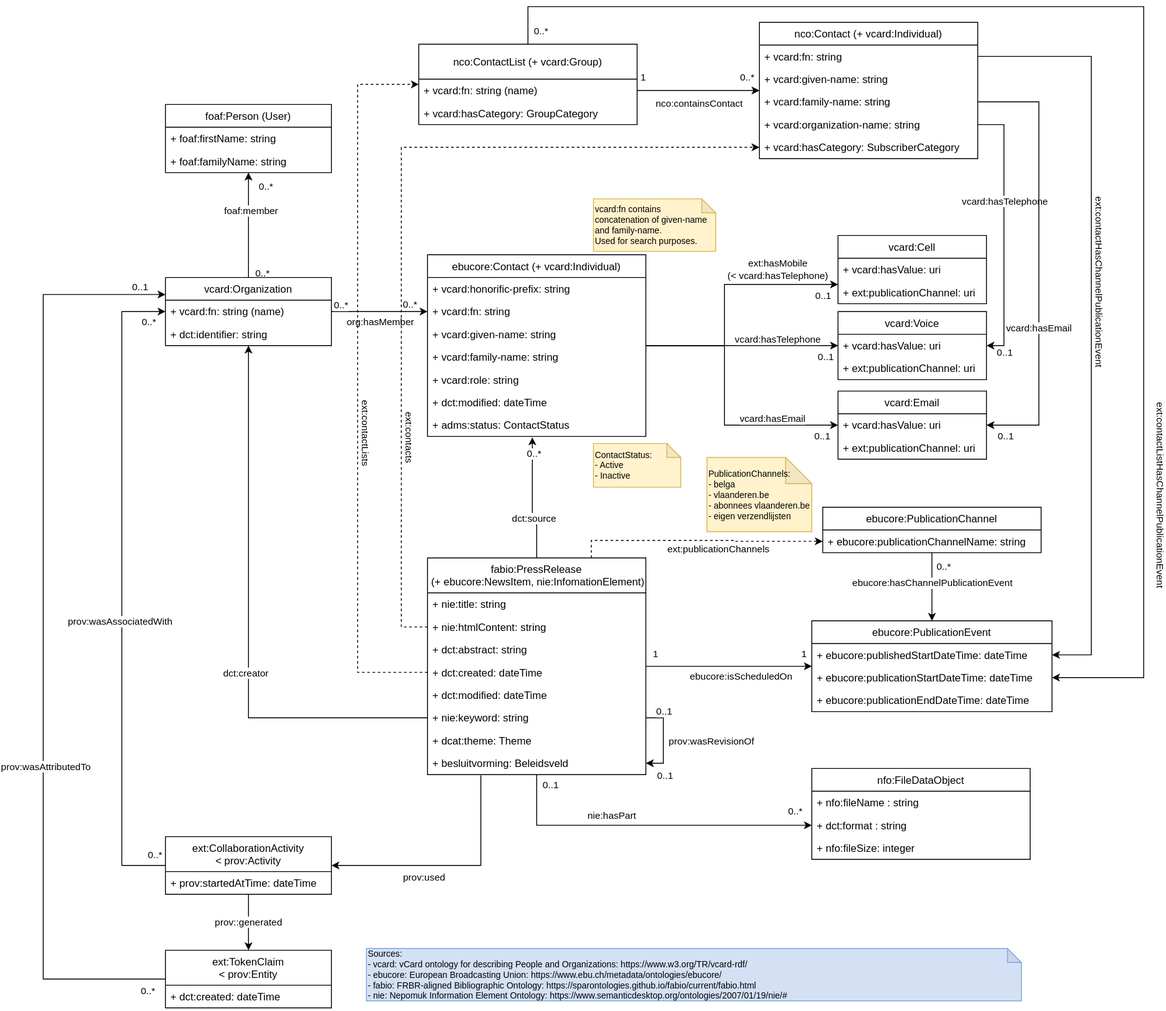
Earlier version of the draw.io export images/press-releases-data-model.svg (kanselarij-vlaanderen/kaleidos-documentation). Source tidied: cells renumbered, new cells last; positions are measured from the earlier drawing's top-left corner, leaving out a move shared by most shapes.
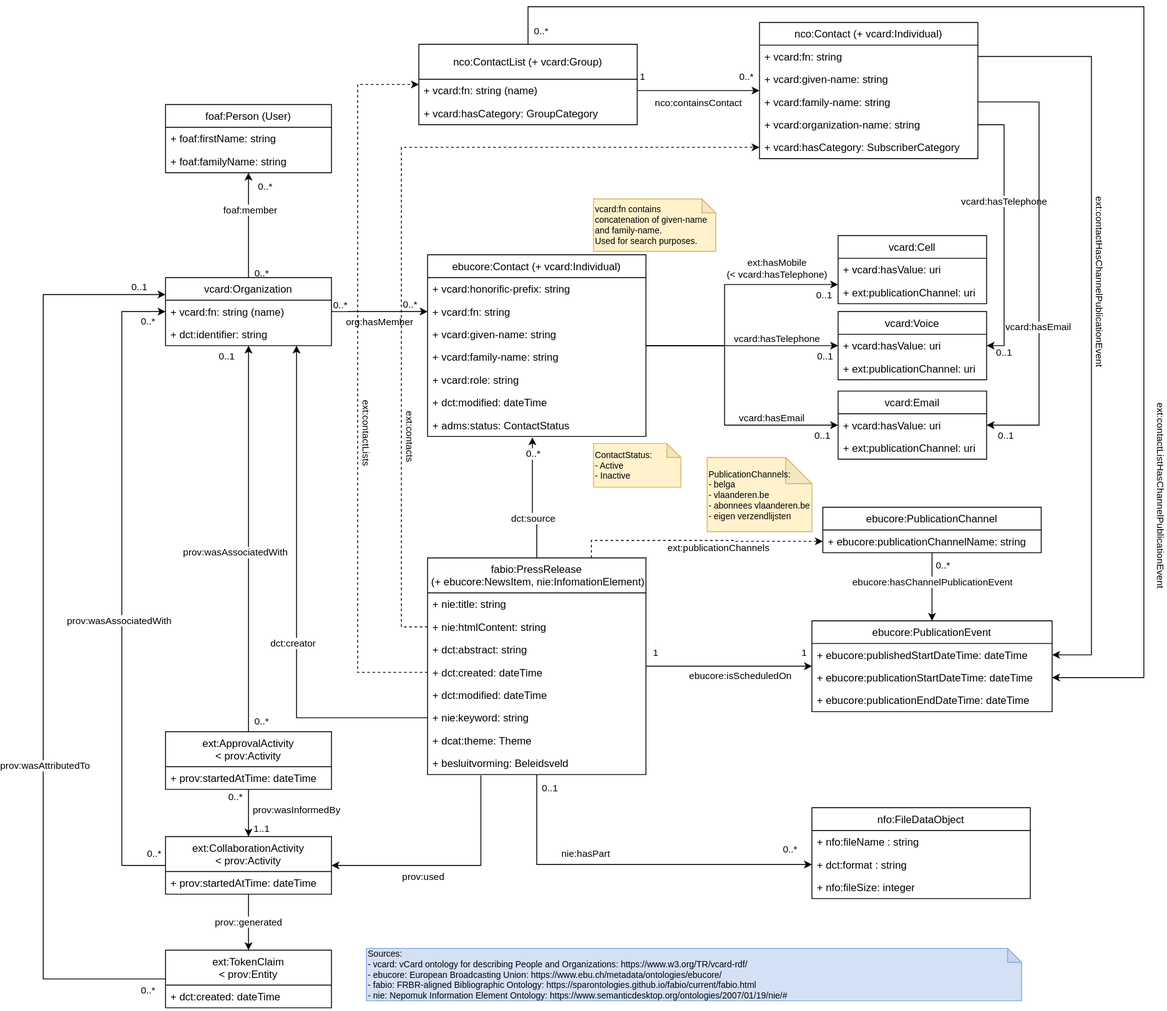
After the commit.

Commit message:
Update press-release data model

Add approval activity

What changed in the source:
```diff
@@ -345,19 +345,6 @@
     <mxCell id="85" value="+ dct:modified: dateTime" style="text;strokeColor=none;fillColor=none;align=left;verticalAlign=top;spacingLeft=4;spacingRight=4;overflow=hidden;" parent="80" vertex="1">
       <mxGeometry y="144" width="250" height="26" as="geometry" />
     </mxCell>
-    <mxCell id="86" style="edgeStyle=orthogonalEdgeStyle;rounded=0;jettySize=auto;html=1;entryX=1;entryY=0.5;entryDx=0;entryDy=0;exitX=1;exitY=0.5;exitDx=0;exitDy=0;" parent="80" edge="1" source="89" target="91">
-      <mxGeometry relative="1" as="geometry" />
-    </mxCell>
-    <mxCell id="87" value="prov:wasRevisionOf" style="edgeLabel;html=1;align=center;verticalAlign=middle;" parent="86" vertex="1">
-      <mxGeometry x="0.3" y="1" relative="1" as="geometry">
-        <mxPoint x="53" y="-14" as="offset" />
-      </mxGeometry>
-    </mxCell>
-    <mxCell id="88" value="0..1" style="edgeLabel;html=1;align=center;verticalAlign=middle;" parent="86" vertex="1">
-      <mxGeometry x="0.39" y="1" relative="1" as="geometry">
-        <mxPoint y="22" as="offset" />
-      </mxGeometry>
-    </mxCell>
     <mxCell id="89" value="+ nie:keyword: string" style="text;strokeColor=none;fillColor=none;align=left;verticalAlign=top;spacingLeft=4;spacingRight=4;overflow=hidden;points=[[0,0.5],[1,0.5]];portConstraint=eastwest;" parent="80" vertex="1">
       <mxGeometry y="170" width="250" height="26" as="geometry" />
     </mxCell>
@@ -399,7 +386,7 @@
       <mxGeometry y="78" width="275" height="26" as="geometry" />
     </mxCell>
     <mxCell id="101" value="nfo:FileDataObject" style="swimlane;fontStyle=0;horizontal=1;startSize=26;fillColor=none;" parent="1" vertex="1">
-      <mxGeometry x="880" y="872" width="250" height="104" as="geometry" />
+      <mxGeometry x="880" y="917" width="250" height="104" as="geometry" />
     </mxCell>
     <mxCell id="102" value="+ nfo:fileName : string" style="text;strokeColor=none;fillColor=none;align=left;verticalAlign=top;spacingLeft=4;spacingRight=4;overflow=hidden;" parent="101" vertex="1">
       <mxGeometry y="26" width="250" height="26" as="geometry" />
@@ -420,16 +407,17 @@
       <mxGeometry y="52" width="190" height="26" as="geometry" />
     </mxCell>
     <mxCell id="108" style="edgeStyle=orthogonalEdgeStyle;rounded=0;jettySize=auto;html=1;" parent="1" edge="1" source="89" target="33">
-      <mxGeometry relative="1" as="geometry" />
+      <mxGeometry relative="1" as="geometry">
+        <Array as="points">
+          <mxPoint x="290" y="814" />
+        </Array>
+      </mxGeometry>
     </mxCell>
     <mxCell id="109" value="dct:creator" style="edgeLabel;html=1;align=center;verticalAlign=middle;" parent="108" vertex="1">
       <mxGeometry x="-0.22" y="-3" relative="1" as="geometry">
         <mxPoint x="-7" y="-10" as="offset" />
       </mxGeometry>
     </mxCell>
-    <mxCell id="110" value="0..1" style="edgeLabel;html=1;align=center;verticalAlign=middle;" parent="1" vertex="1">
-      <mxGeometry x="710" y="807" as="geometry" />
-    </mxCell>
     <mxCell id="111" style="edgeStyle=orthogonalEdgeStyle;rounded=0;jettySize=auto;html=1;exitX=0;exitY=0.5;exitDx=0;exitDy=0;entryX=0;entryY=0.5;entryDx=0;entryDy=0;" parent="1" edge="1" source="116" target="34">
       <mxGeometry relative="1" as="geometry">
         <Array as="points">
@@ -521,5 +509,45 @@
     <mxCell id="129" value="+ dct:created: dateTime" style="text;strokeColor=none;fillColor=none;align=left;verticalAlign=top;spacingLeft=4;spacingRight=4;overflow=hidden;" parent="128" vertex="1">
       <mxGeometry y="40" width="190" height="26" as="geometry" />
     </mxCell>
+    <mxCell id="130" value="prov:wasInformedBy" style="edgeStyle=orthogonalEdgeStyle;rounded=0;orthogonalLoop=1;jettySize=auto;html=1;" parent="1" edge="1">
+      <mxGeometry x="-0.11" y="55" relative="1" as="geometry">
+        <mxPoint x="235" y="896" as="sourcePoint" />
+        <mxPoint x="235" y="950" as="targetPoint" />
+      </mxGeometry>
+    </mxCell>
+    <mxCell id="131" value="0..*" style="edgeLabel;html=1;align=center;verticalAlign=middle;" parent="130" vertex="1">
+      <mxGeometry x="-0.69" y="2" relative="1" as="geometry">
+        <mxPoint x="-17" as="offset" />
+      </mxGeometry>
+    </mxCell>
+    <mxCell id="132" value="1..1" style="edgeLabel;html=1;align=center;verticalAlign=middle;" parent="130" vertex="1">
+      <mxGeometry x="0.67" y="1" relative="1" as="geometry">
+        <mxPoint x="14" as="offset" />
+      </mxGeometry>
+    </mxCell>
+    <mxCell id="133" style="edgeStyle=orthogonalEdgeStyle;rounded=0;jettySize=auto;html=1;" parent="1" edge="1" source="137" target="33">
+      <mxGeometry relative="1" as="geometry" />
+    </mxCell>
+    <mxCell id="134" value="prov:wasAssociatedWith" style="edgeLabel;html=1;align=center;verticalAlign=middle;" parent="133" vertex="1">
+      <mxGeometry x="-0.07" y="-3" relative="1" as="geometry">
+        <mxPoint x="-18" as="offset" />
+      </mxGeometry>
+    </mxCell>
+    <mxCell id="135" value="0..*" style="edgeLabel;html=1;align=center;verticalAlign=middle;" parent="133" vertex="1">
+      <mxGeometry x="-0.92" relative="1" as="geometry">
+        <mxPoint x="15" y="6" as="offset" />
+      </mxGeometry>
+    </mxCell>
+    <mxCell id="136" value="0..1" style="edgeLabel;html=1;align=center;verticalAlign=middle;" parent="133" vertex="1">
+      <mxGeometry x="0.9" y="1" relative="1" as="geometry">
+        <mxPoint x="-24" y="-10" as="offset" />
+      </mxGeometry>
+    </mxCell>
+    <mxCell id="137" value="ext:ApprovalActivity&#10;&lt; prov:Activity" style="swimlane;fontStyle=0;horizontal=1;startSize=40;fillColor=none;" parent="1" vertex="1">
+      <mxGeometry x="140" y="830" width="190" height="66" as="geometry" />
+    </mxCell>
+    <mxCell id="138" value="+ prov:startedAtTime: dateTime" style="text;strokeColor=none;fillColor=none;align=left;verticalAlign=top;spacingLeft=4;spacingRight=4;overflow=hidden;" parent="137" vertex="1">
+      <mxGeometry y="40" width="190" height="26" as="geometry" />
+    </mxCell>
   </root>
 </mxGraphModel>
```
